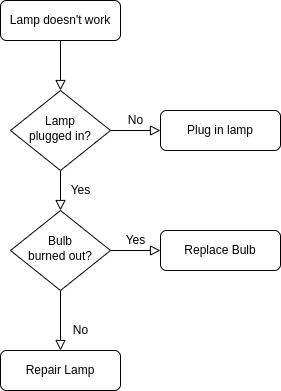
gsj0519/shengwenshibie keeps this draw.io diagram as 4.2.1.2.drawio.png. Above is the earlier version. Source tidied: cells renumbered, new cells last; positions are measured from the earlier drawing's top-left corner, leaving out a move shared by most shapes. Source of this version:
```xml
<mxGraphModel>
  <root>
    <mxCell id="0" />
    <mxCell id="1" parent="0" />
    <mxCell id="2" style="rounded=0;html=1;jettySize=auto;fontSize=11;endArrow=block;endFill=0;endSize=8;strokeWidth=1;shadow=0;labelBackgroundColor=none;edgeStyle=orthogonalEdgeStyle;" parent="1" edge="1" source="3" target="6">
      <mxGeometry relative="1" as="geometry" />
    </mxCell>
    <mxCell id="3" value="Lamp doesn't work" style="rounded=1;whiteSpace=wrap;html=1;fontSize=12;glass=0;strokeWidth=1;shadow=0;" parent="1" vertex="1">
      <mxGeometry width="120" height="40" as="geometry" />
    </mxCell>
    <mxCell id="4" value="Yes" style="rounded=0;html=1;jettySize=auto;fontSize=11;endArrow=block;endFill=0;endSize=8;strokeWidth=1;shadow=0;labelBackgroundColor=none;edgeStyle=orthogonalEdgeStyle;" parent="1" edge="1" source="6" target="10">
      <mxGeometry y="20" relative="1" as="geometry" />
    </mxCell>
    <mxCell id="5" value="No" style="edgeStyle=orthogonalEdgeStyle;rounded=0;html=1;jettySize=auto;fontSize=11;endArrow=block;endFill=0;endSize=8;strokeWidth=1;shadow=0;labelBackgroundColor=none;" parent="1" edge="1" source="6" target="7">
      <mxGeometry y="10" relative="1" as="geometry" />
    </mxCell>
    <mxCell id="6" value="Lamp&lt;br&gt;plugged in?" style="rhombus;whiteSpace=wrap;html=1;shadow=0;fontFamily=Helvetica;fontSize=12;align=center;strokeWidth=1;spacing=6;spacingTop=-4;" parent="1" vertex="1">
      <mxGeometry x="10" y="90" width="100" height="80" as="geometry" />
    </mxCell>
    <mxCell id="7" value="Plug in lamp" style="rounded=1;whiteSpace=wrap;html=1;fontSize=12;glass=0;strokeWidth=1;shadow=0;" parent="1" vertex="1">
      <mxGeometry x="160" y="110" width="120" height="40" as="geometry" />
    </mxCell>
    <mxCell id="8" value="No" style="rounded=0;html=1;jettySize=auto;fontSize=11;endArrow=block;endFill=0;endSize=8;strokeWidth=1;shadow=0;labelBackgroundColor=none;edgeStyle=orthogonalEdgeStyle;" parent="1" edge="1" source="10" target="11">
      <mxGeometry x="0.33" y="20" relative="1" as="geometry" />
    </mxCell>
    <mxCell id="9" value="Yes" style="edgeStyle=orthogonalEdgeStyle;rounded=0;html=1;jettySize=auto;fontSize=11;endArrow=block;endFill=0;endSize=8;strokeWidth=1;shadow=0;labelBackgroundColor=none;" parent="1" edge="1" source="10" target="12">
      <mxGeometry y="10" relative="1" as="geometry" />
    </mxCell>
    <mxCell id="10" value="Bulb&lt;br&gt;burned out?" style="rhombus;whiteSpace=wrap;html=1;shadow=0;fontFamily=Helvetica;fontSize=12;align=center;strokeWidth=1;spacing=6;spacingTop=-4;" parent="1" vertex="1">
      <mxGeometry x="10" y="210" width="100" height="80" as="geometry" />
    </mxCell>
    <mxCell id="11" value="Repair Lamp" style="rounded=1;whiteSpace=wrap;html=1;fontSize=12;glass=0;strokeWidth=1;shadow=0;" parent="1" vertex="1">
      <mxGeometry y="350" width="120" height="40" as="geometry" />
    </mxCell>
    <mxCell id="12" value="Replace Bulb" style="rounded=1;whiteSpace=wrap;html=1;fontSize=12;glass=0;strokeWidth=1;shadow=0;" parent="1" vertex="1">
      <mxGeometry x="160" y="230" width="120" height="40" as="geometry" />
    </mxCell>
  </root>
</mxGraphModel>
```
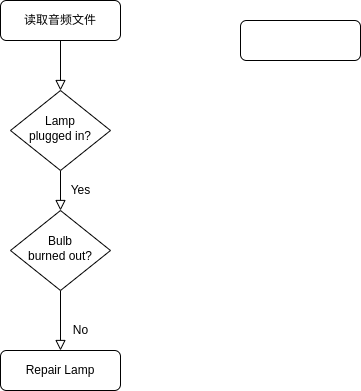
The same diagram one commit later.

The edit, as a diff of the source:
```diff
@@ -5,35 +5,26 @@
     <mxCell id="2" style="rounded=0;html=1;jettySize=auto;fontSize=11;endArrow=block;endFill=0;endSize=8;strokeWidth=1;shadow=0;labelBackgroundColor=none;edgeStyle=orthogonalEdgeStyle;" parent="1" edge="1" source="3" target="6">
       <mxGeometry relative="1" as="geometry" />
     </mxCell>
-    <mxCell id="3" value="Lamp doesn't work" style="rounded=1;whiteSpace=wrap;html=1;fontSize=12;glass=0;strokeWidth=1;shadow=0;" parent="1" vertex="1">
+    <mxCell id="3" value="读取音频文件" style="rounded=1;whiteSpace=wrap;html=1;fontSize=12;glass=0;strokeWidth=1;shadow=0;" parent="1" vertex="1">
       <mxGeometry width="120" height="40" as="geometry" />
     </mxCell>
     <mxCell id="4" value="Yes" style="rounded=0;html=1;jettySize=auto;fontSize=11;endArrow=block;endFill=0;endSize=8;strokeWidth=1;shadow=0;labelBackgroundColor=none;edgeStyle=orthogonalEdgeStyle;" parent="1" edge="1" source="6" target="10">
       <mxGeometry y="20" relative="1" as="geometry" />
     </mxCell>
-    <mxCell id="5" value="No" style="edgeStyle=orthogonalEdgeStyle;rounded=0;html=1;jettySize=auto;fontSize=11;endArrow=block;endFill=0;endSize=8;strokeWidth=1;shadow=0;labelBackgroundColor=none;" parent="1" edge="1" source="6" target="7">
-      <mxGeometry y="10" relative="1" as="geometry" />
-    </mxCell>
     <mxCell id="6" value="Lamp&lt;br&gt;plugged in?" style="rhombus;whiteSpace=wrap;html=1;shadow=0;fontFamily=Helvetica;fontSize=12;align=center;strokeWidth=1;spacing=6;spacingTop=-4;" parent="1" vertex="1">
       <mxGeometry x="10" y="90" width="100" height="80" as="geometry" />
     </mxCell>
-    <mxCell id="7" value="Plug in lamp" style="rounded=1;whiteSpace=wrap;html=1;fontSize=12;glass=0;strokeWidth=1;shadow=0;" parent="1" vertex="1">
-      <mxGeometry x="160" y="110" width="120" height="40" as="geometry" />
-    </mxCell>
     <mxCell id="8" value="No" style="rounded=0;html=1;jettySize=auto;fontSize=11;endArrow=block;endFill=0;endSize=8;strokeWidth=1;shadow=0;labelBackgroundColor=none;edgeStyle=orthogonalEdgeStyle;" parent="1" edge="1" source="10" target="11">
       <mxGeometry x="0.33" y="20" relative="1" as="geometry" />
     </mxCell>
-    <mxCell id="9" value="Yes" style="edgeStyle=orthogonalEdgeStyle;rounded=0;html=1;jettySize=auto;fontSize=11;endArrow=block;endFill=0;endSize=8;strokeWidth=1;shadow=0;labelBackgroundColor=none;" parent="1" edge="1" source="10" target="12">
-      <mxGeometry y="10" relative="1" as="geometry" />
-    </mxCell>
     <mxCell id="10" value="Bulb&lt;br&gt;burned out?" style="rhombus;whiteSpace=wrap;html=1;shadow=0;fontFamily=Helvetica;fontSize=12;align=center;strokeWidth=1;spacing=6;spacingTop=-4;" parent="1" vertex="1">
       <mxGeometry x="10" y="210" width="100" height="80" as="geometry" />
     </mxCell>
     <mxCell id="11" value="Repair Lamp" style="rounded=1;whiteSpace=wrap;html=1;fontSize=12;glass=0;strokeWidth=1;shadow=0;" parent="1" vertex="1">
       <mxGeometry y="350" width="120" height="40" as="geometry" />
     </mxCell>
-    <mxCell id="12" value="Replace Bulb" style="rounded=1;whiteSpace=wrap;html=1;fontSize=12;glass=0;strokeWidth=1;shadow=0;" parent="1" vertex="1">
-      <mxGeometry x="160" y="230" width="120" height="40" as="geometry" />
-    </mxCell>
+    <mxCell id="13" style="rounded=1;whiteSpace=wrap;html=1;fontSize=12;glass=0;strokeWidth=1;shadow=0;" parent="1" vertex="1">
+      <mxGeometry x="240" y="20" width="120" height="40" as="geometry" />
+    </mxCell>
   </root>
 </mxGraphModel>
```
